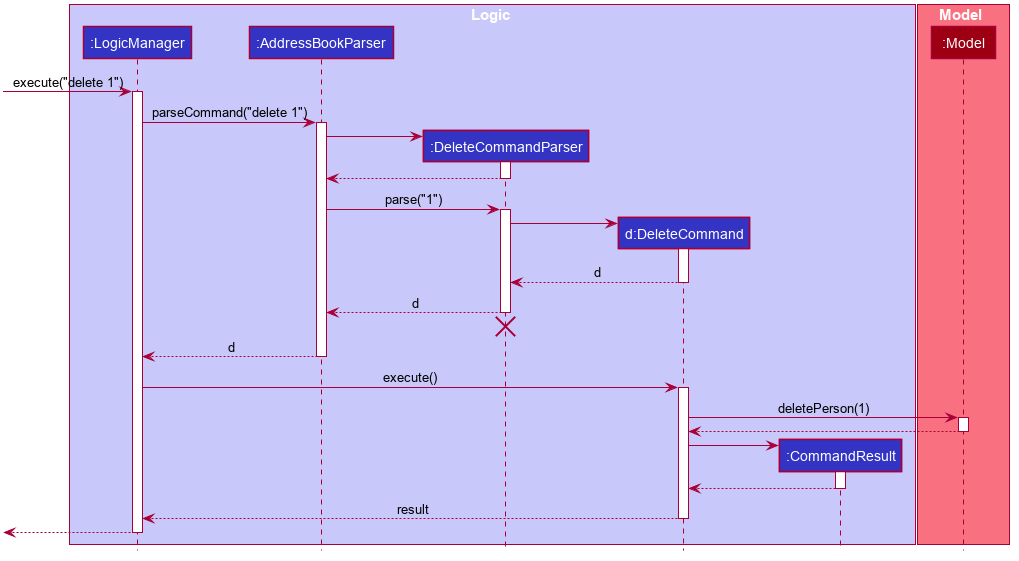
nus-cs2103-AY2223S2/tp keeps this PlantUML diagram as docs/images/DeleteSequenceDiagram.png. Above is the earlier version.
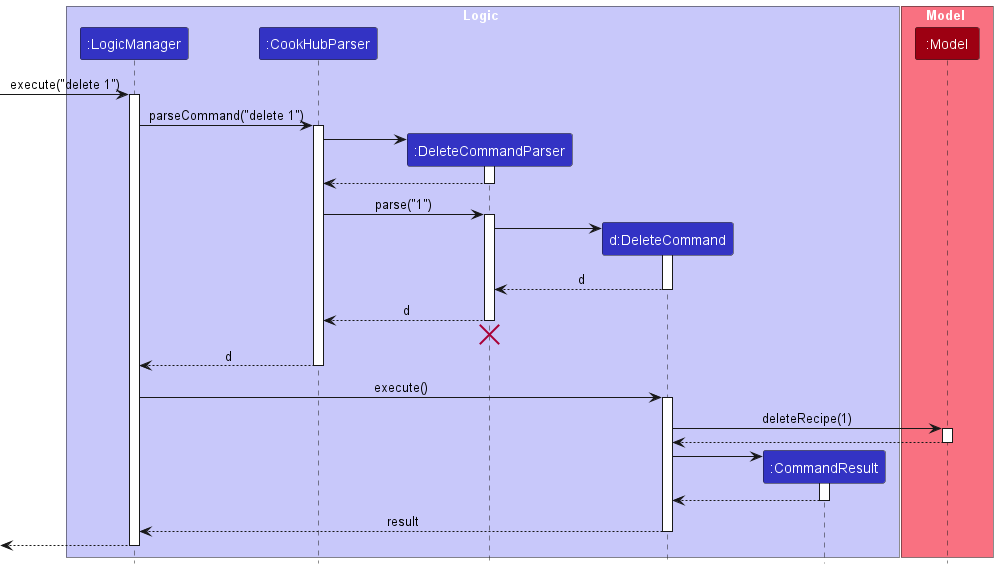
Above is the later version.

Commit message:
Update logic UML diagram part in DG.

The edit, as a diff of the source:
```diff
@@ -1,79 +1,32 @@
 @startuml
+!include style.puml
 
-
-
-
-
-
-
-
-skinparam BackgroundColor #FFFFFFF
-
-skinparam Shadowing false
-
-skinparam Class {
-    FontColor #FFFFFF
-    BorderThickness 1
-    BorderColor #FFFFFF
-    StereotypeFontColor #FFFFFF
-    FontName Arial
-}
-
-skinparam Actor {
-    BorderColor #000000
-    Color #000000
-    FontName Arial
-}
-
-skinparam Sequence {
-    MessageAlign center
-    BoxFontSize 15
-    BoxPadding 0
-    BoxFontColor #FFFFFF
-    FontName Arial
-}
-
-skinparam Participant {
-    FontColor #FFFFFFF
-    Padding 20
-}
-
-skinparam MinClassWidth 50
-skinparam ParticipantPadding 10
-skinparam Shadowing false
-skinparam DefaultTextAlignment center
-skinparam packageStyle Rectangle
-
-hide footbox
-hide members
-hide circle
-
-box Logic #C8C8FA
-participant ":LogicManager" as LogicManager #3333C4
-participant ":AddressBookParser" as AddressBookParser #3333C4
-participant ":DeleteCommandParser" as DeleteCommandParser #3333C4
-participant "d:DeleteCommand" as DeleteCommand #3333C4
-participant ":CommandResult" as CommandResult #3333C4
+box Logic LOGIC_COLOR_T1
+participant ":LogicManager" as LogicManager LOGIC_COLOR
+participant ":CookHubParser" as CookHubParser LOGIC_COLOR
+participant ":DeleteCommandParser" as DeleteCommandParser LOGIC_COLOR
+participant "d:DeleteCommand" as DeleteCommand LOGIC_COLOR
+participant ":CommandResult" as CommandResult LOGIC_COLOR
 end box
 
-box Model #F97181
-participant ":Model" as Model #9D0012
+box Model MODEL_COLOR_T1
+participant ":Model" as Model MODEL_COLOR
 end box
 
 [-> LogicManager : execute("delete 1")
 activate LogicManager
 
-LogicManager -> AddressBookParser : parseCommand("delete 1")
-activate AddressBookParser
+LogicManager -> CookHubParser : parseCommand("delete 1")
+activate CookHubParser
 
 create DeleteCommandParser
-AddressBookParser -> DeleteCommandParser
+CookHubParser -> DeleteCommandParser
 activate DeleteCommandParser
 
-DeleteCommandParser --> AddressBookParser
+DeleteCommandParser --> CookHubParser
 deactivate DeleteCommandParser
 
-AddressBookParser -> DeleteCommandParser : parse("1")
+CookHubParser -> DeleteCommandParser : parse("1")
 activate DeleteCommandParser
 
 create DeleteCommand
@@ -83,18 +36,18 @@
 DeleteCommand --> DeleteCommandParser : d
 deactivate DeleteCommand
 
-DeleteCommandParser --> AddressBookParser : d
+DeleteCommandParser --> CookHubParser : d
 deactivate DeleteCommandParser
-DeleteCommandParser -[hidden]-> AddressBookParser
+DeleteCommandParser -[hidden]-> CookHubParser
 destroy DeleteCommandParser
 
-AddressBookParser --> LogicManager : d
-deactivate AddressBookParser
+CookHubParser --> LogicManager : d
+deactivate CookHubParser
 
 LogicManager -> DeleteCommand : execute()
 activate DeleteCommand
 
-DeleteCommand -> Model : deletePerson(1)
+DeleteCommand -> Model : deleteRecipe(1)
 activate Model
 
 Model --> DeleteCommand
```
